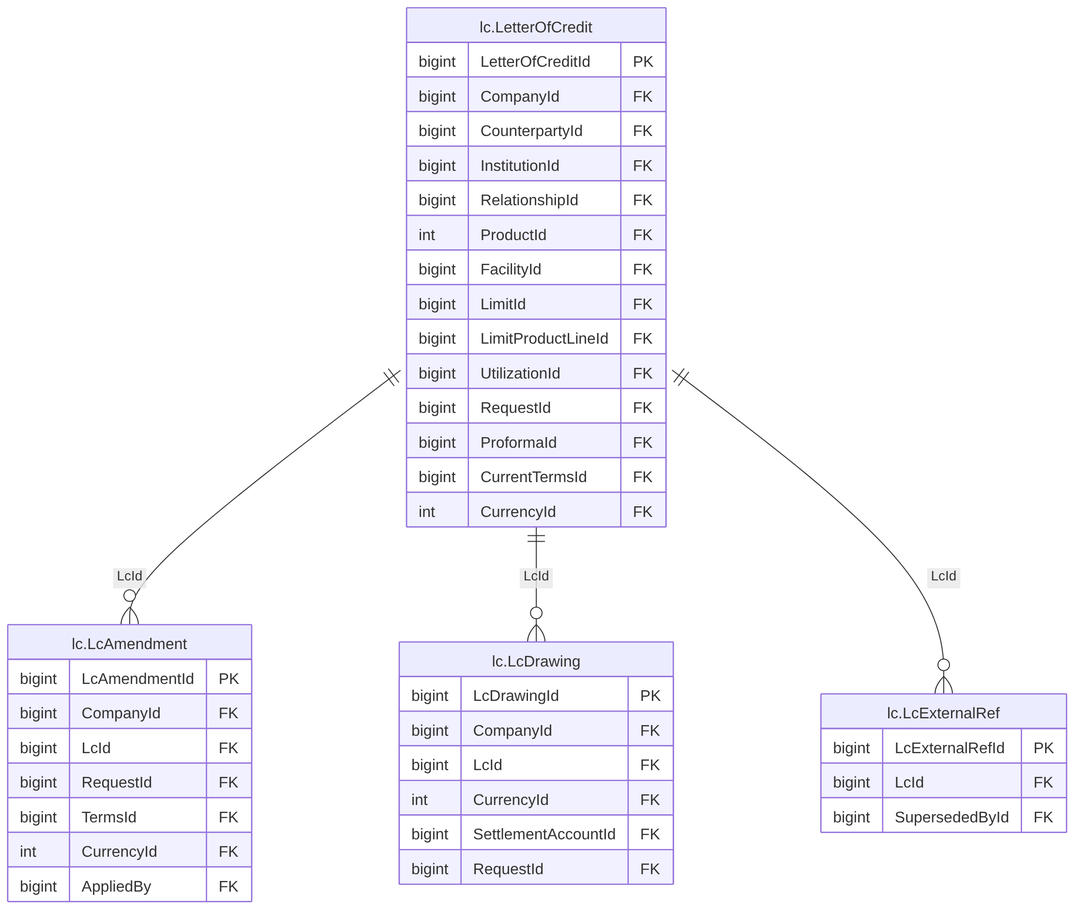
The Mermaid diagram treasury-platform/docs/diagrams/erd/m7_8_lc_ops_1.png in thawrasy/smartlines, before a commit. Its source is kept beside it as treasury-platform/docs/diagrams/erd/m7_8_lc_ops_1.mmd.
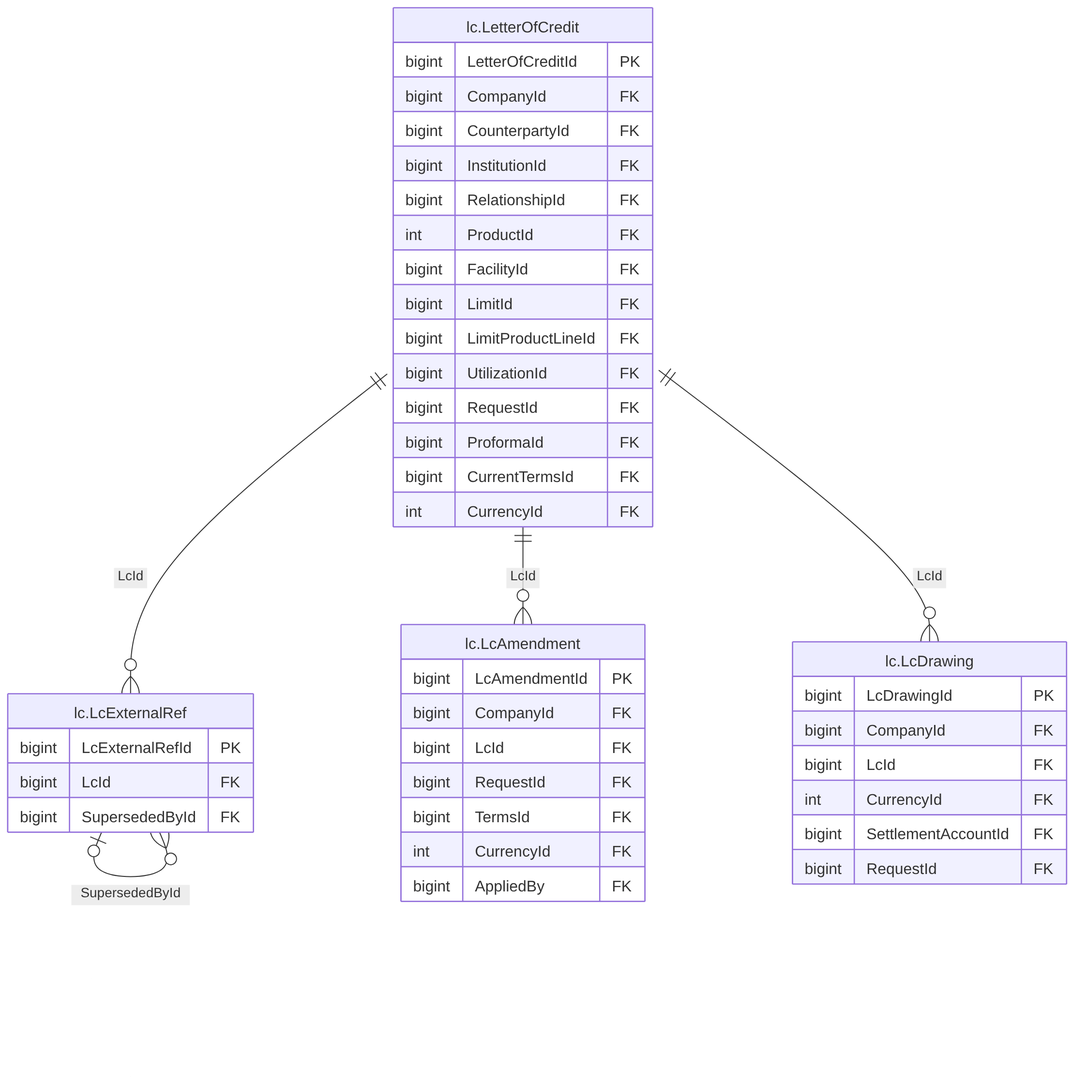
Above is the later version.

Diff of the diagram source:
```diff
@@ -37,6 +37,7 @@
     bigint SettlementAccountId FK
     bigint RequestId FK
   }
+  lc_LcExternalRef |o--o{ lc_LcExternalRef : "SupersededById"
   lc_LetterOfCredit ||--o{ lc_LcAmendment : "LcId"
   lc_LetterOfCredit ||--o{ lc_LcDrawing : "LcId"
   lc_LetterOfCredit ||--o{ lc_LcExternalRef : "LcId"
```
